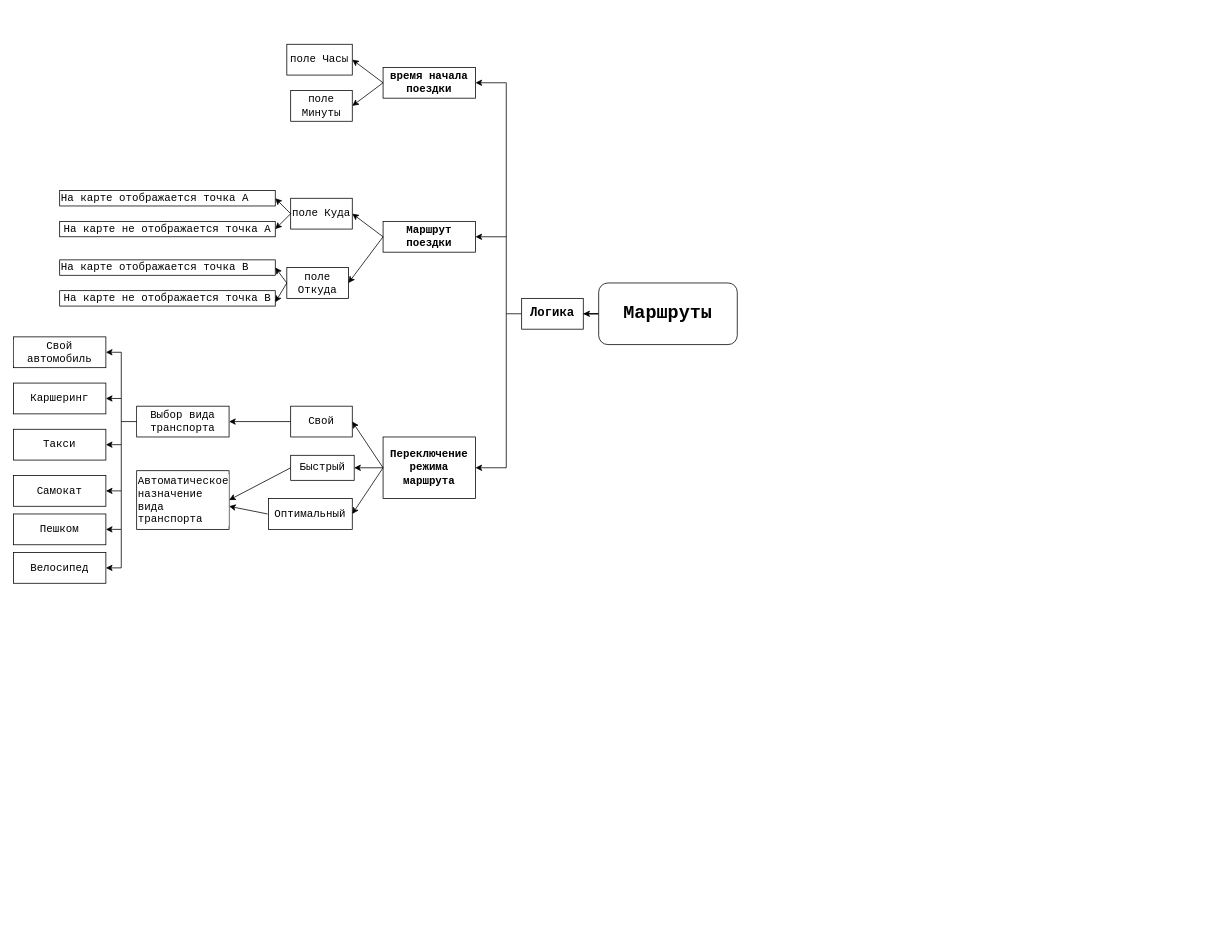
Before: sprint1.drawio in Zheleznikov/drawio, a draw.io diagram. Source tidied: cells renumbered, new cells numbered last; positions are measured from the earlier drawing's top-left corner, leaving out a move shared by most shapes. Both pictures are drawn from the tidied source at 77%, with x=0, y=0 at pixel (13, 44).
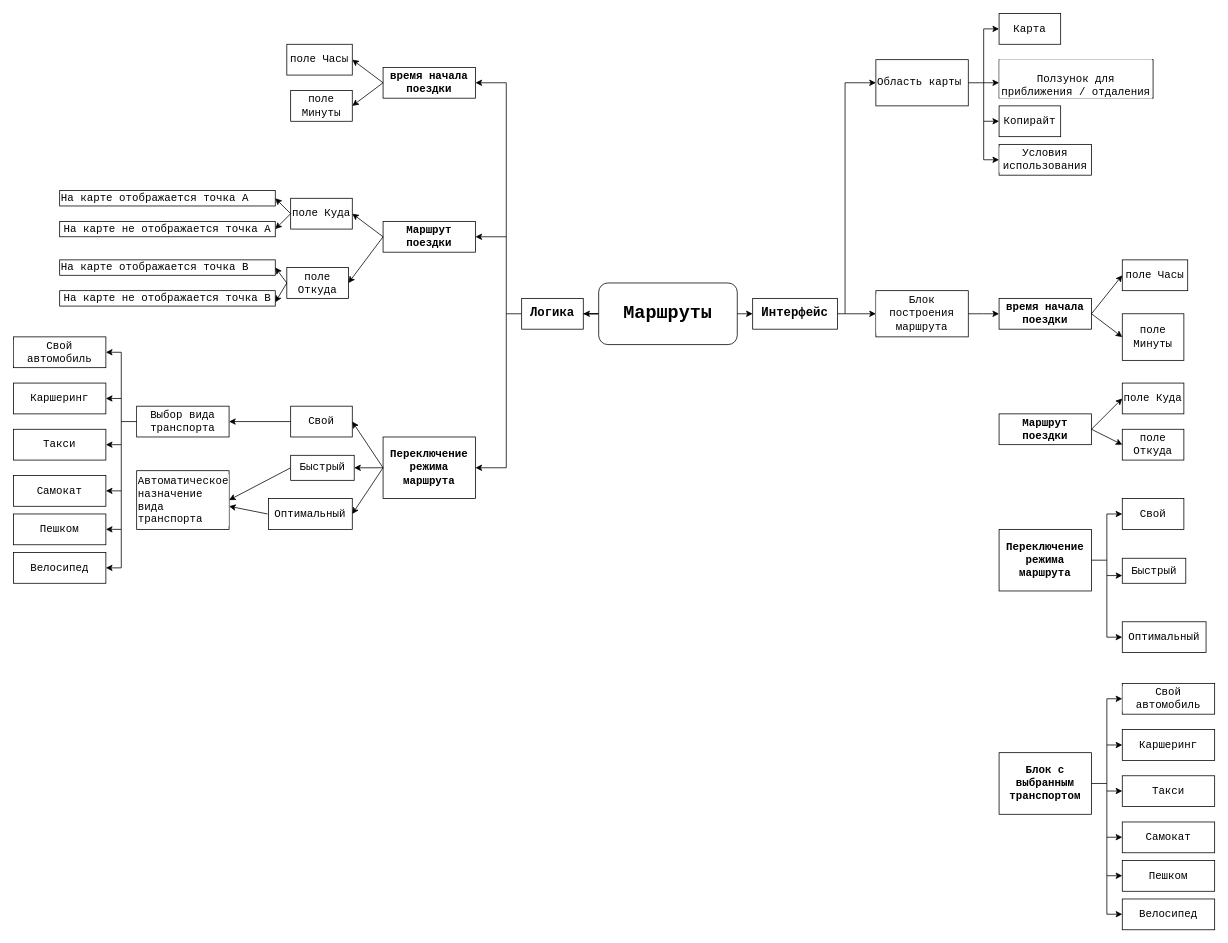
The same page after the edit.

Unchanged cells that the change refers to:
```xml
<mxCell id="3" value="&lt;font style=&quot;font-size: 24px&quot;&gt;Маршруты&lt;/font&gt;" style="rounded=1;whiteSpace=wrap;html=1;fontFamily=Courier New;fontSize=17;fontStyle=1;labelBackgroundColor=#ffffff;" parent="1" vertex="1">
  <mxGeometry x="760" y="310" width="180" height="80" as="geometry" />
</mxCell>
```

Change to the diagram source:
```diff
@@
+    <mxCell id="54" value="Интерфейс" style="rounded=0;whiteSpace=wrap;html=1;fontFamily=Courier New;fontSize=16;fontStyle=1;" parent="1" vertex="1">
+      <mxGeometry x="960" y="330" width="110" height="40" as="geometry" />
+    </mxCell>
+    <mxCell id="55" style="endArrow=classic;html=1;fontFamily=Courier New;fontSize=14;exitX=1;exitY=0.5;exitDx=0;exitDy=0;" parent="1" edge="1" source="3" target="54">
+      <mxGeometry relative="1" as="geometry" />
+    </mxCell>
+    <mxCell id="56" style="endArrow=none;html=1;fontFamily=Courier New;fontSize=14;entryX=1;entryY=0.5;entryDx=0;entryDy=0;" parent="1" edge="1" target="54">
+      <mxGeometry relative="1" as="geometry">
+        <mxPoint x="1080" y="350" as="sourcePoint" />
+      </mxGeometry>
+    </mxCell>
+    <mxCell id="57" style="endArrow=none;html=1;fontFamily=Courier New;fontSize=14;" parent="1" edge="1">
+      <mxGeometry relative="1" as="geometry">
+        <mxPoint x="1080" y="350" as="sourcePoint" />
+        <mxPoint x="1080" y="50" as="targetPoint" />
+      </mxGeometry>
+    </mxCell>
+    <mxCell id="58" value="Область карты" style="rounded=0;whiteSpace=wrap;html=1;labelBackgroundColor=#ffffff;fontFamily=Courier New;fontSize=14;align=left;" parent="1" vertex="1">
+      <mxGeometry x="1120" y="20" width="120" height="60" as="geometry" />
+    </mxCell>
+    <mxCell id="59" style="endArrow=classic;html=1;fontFamily=Courier New;fontSize=14;entryX=0;entryY=0.5;entryDx=0;entryDy=0;" parent="1" edge="1" target="58">
+      <mxGeometry relative="1" as="geometry">
+        <mxPoint x="1080" y="50" as="sourcePoint" />
+      </mxGeometry>
+    </mxCell>
+    <mxCell id="60" value="Карта" style="rounded=0;whiteSpace=wrap;html=1;labelBackgroundColor=#ffffff;fontFamily=Courier New;fontSize=14;align=center;" parent="1" vertex="1">
+      <mxGeometry x="1280" y="-40" width="80" height="40" as="geometry" />
+    </mxCell>
+    <mxCell id="61" value="&lt;br&gt;Ползунок для приближения / отдаления" style="rounded=0;whiteSpace=wrap;html=1;labelBackgroundColor=#ffffff;fontFamily=Courier New;fontSize=14;align=center;" parent="1" vertex="1">
+      <mxGeometry x="1280" y="20" width="200" height="50" as="geometry" />
+    </mxCell>
+    <mxCell id="62" value="Копирайт" style="rounded=0;whiteSpace=wrap;html=1;labelBackgroundColor=#ffffff;fontFamily=Courier New;fontSize=14;align=center;" parent="1" vertex="1">
+      <mxGeometry x="1280" y="80" width="80" height="40" as="geometry" />
+    </mxCell>
+    <mxCell id="63" value="Условия использования" style="rounded=0;whiteSpace=wrap;html=1;labelBackgroundColor=#ffffff;fontFamily=Courier New;fontSize=14;align=center;" parent="1" vertex="1">
+      <mxGeometry x="1280" y="130" width="120" height="40" as="geometry" />
+    </mxCell>
+    <mxCell id="64" style="endArrow=none;html=1;fontFamily=Courier New;fontSize=14;" parent="1" edge="1">
+      <mxGeometry relative="1" as="geometry">
+        <mxPoint x="1260" y="150" as="sourcePoint" />
+        <mxPoint x="1260" y="-20" as="targetPoint" />
+      </mxGeometry>
+    </mxCell>
+    <mxCell id="65" style="endArrow=classic;html=1;fontFamily=Courier New;fontSize=14;entryX=0;entryY=0.5;entryDx=0;entryDy=0;" parent="1" edge="1" target="63">
+      <mxGeometry relative="1" as="geometry">
+        <mxPoint x="1260" y="150" as="sourcePoint" />
+      </mxGeometry>
+    </mxCell>
+    <mxCell id="66" style="endArrow=classic;html=1;fontFamily=Courier New;fontSize=14;entryX=0;entryY=0.5;entryDx=0;entryDy=0;" parent="1" edge="1" target="62">
+      <mxGeometry relative="1" as="geometry">
+        <mxPoint x="1260" y="100" as="sourcePoint" />
+      </mxGeometry>
+    </mxCell>
+    <mxCell id="67" style="endArrow=classic;html=1;fontFamily=Courier New;fontSize=14;" parent="1" edge="1">
+      <mxGeometry relative="1" as="geometry">
+        <mxPoint x="1260" y="50" as="sourcePoint" />
+        <mxPoint x="1280" y="50" as="targetPoint" />
+      </mxGeometry>
+    </mxCell>
+    <mxCell id="68" style="endArrow=classic;html=1;fontFamily=Courier New;fontSize=14;entryX=0;entryY=0.5;entryDx=0;entryDy=0;" parent="1" edge="1" target="60">
+      <mxGeometry relative="1" as="geometry">
+        <mxPoint x="1260" y="-20" as="sourcePoint" />
+      </mxGeometry>
+    </mxCell>
+    <mxCell id="69" style="endArrow=classic;html=1;fontFamily=Courier New;fontSize=14;" parent="1" edge="1">
+      <mxGeometry relative="1" as="geometry">
+        <mxPoint x="1080" y="350" as="sourcePoint" />
+        <mxPoint x="1120" y="350" as="targetPoint" />
+      </mxGeometry>
+    </mxCell>
+    <mxCell id="70" style="endArrow=none;html=1;fontFamily=Courier New;fontSize=14;entryX=1;entryY=0.5;entryDx=0;entryDy=0;" parent="1" edge="1" target="58">
+      <mxGeometry relative="1" as="geometry">
+        <mxPoint x="1260" y="50" as="sourcePoint" />
+      </mxGeometry>
+    </mxCell>
+    <mxCell id="71" value="Блок построения маршрута" style="rounded=0;whiteSpace=wrap;html=1;labelBackgroundColor=#ffffff;fontFamily=Courier New;fontSize=14;align=center;" parent="1" vertex="1">
+      <mxGeometry x="1120" y="320" width="120" height="60" as="geometry" />
+    </mxCell>
+    <mxCell id="72" value="время начала поездки" style="rounded=0;whiteSpace=wrap;html=1;fontFamily=Courier New;fontStyle=1;fontSize=14;" parent="1" vertex="1">
+      <mxGeometry x="1280" y="330" width="120" height="40" as="geometry" />
+    </mxCell>
+    <mxCell id="73" value="поле Часы" style="rounded=0;whiteSpace=wrap;html=1;fontFamily=Courier New;fontSize=14;" parent="1" vertex="1">
+      <mxGeometry x="1440" y="280" width="85" height="40" as="geometry" />
+    </mxCell>
+    <mxCell id="74" style="edgeStyle=orthogonalEdgeStyle;rounded=0;jettySize=auto;html=1;exitX=1;exitY=0.5;exitDx=0;exitDy=0;fontFamily=Courier New;fontSize=14;" parent="1" edge="1" source="71">
+      <mxGeometry relative="1" as="geometry">
+        <mxPoint x="1280" y="350" as="targetPoint" />
+      </mxGeometry>
+    </mxCell>
+    <mxCell id="75" value="поле Минуты&lt;br style=&quot;font-size: 14px;&quot;&gt;" style="rounded=0;whiteSpace=wrap;html=1;fontFamily=Courier New;fontSize=14;" parent="1" vertex="1">
+      <mxGeometry x="1440" y="350" width="80" height="60.5" as="geometry" />
+    </mxCell>
+    <mxCell id="76" style="endArrow=classic;html=1;fontFamily=Courier New;fontSize=14;entryX=0;entryY=0.5;entryDx=0;entryDy=0;exitX=1;exitY=0.5;exitDx=0;exitDy=0;" parent="1" edge="1" source="72" target="75">
+      <mxGeometry relative="1" as="geometry" />
+    </mxCell>
+    <mxCell id="77" style="endArrow=classic;html=1;fontFamily=Courier New;fontSize=14;entryX=0;entryY=0.5;entryDx=0;entryDy=0;" parent="1" edge="1" target="73">
+      <mxGeometry relative="1" as="geometry">
+        <mxPoint x="1400" y="350" as="sourcePoint" />
+      </mxGeometry>
+    </mxCell>
+    <mxCell id="78" value="Маршрут поездки" style="rounded=0;whiteSpace=wrap;html=1;fontFamily=Courier New;fontStyle=1;fontSize=14;" parent="1" vertex="1">
+      <mxGeometry x="1280" y="480" width="120" height="40" as="geometry" />
+    </mxCell>
+    <mxCell id="79" value="поле Откуда" style="rounded=0;whiteSpace=wrap;html=1;fontFamily=Courier New;fontSize=14;" parent="1" vertex="1">
+      <mxGeometry x="1440" y="500" width="80" height="40" as="geometry" />
+    </mxCell>
+    <mxCell id="80" value="поле Куда" style="rounded=0;whiteSpace=wrap;html=1;fontFamily=Courier New;fontSize=14;" parent="1" vertex="1">
+      <mxGeometry x="1440" y="440" width="80" height="40" as="geometry" />
+    </mxCell>
+    <mxCell id="81" style="endArrow=classic;html=1;fontFamily=Courier New;fontSize=14;entryX=0;entryY=0.5;entryDx=0;entryDy=0;" parent="1" edge="1" target="80">
+      <mxGeometry relative="1" as="geometry">
+        <mxPoint x="1400" y="500" as="sourcePoint" />
+      </mxGeometry>
+    </mxCell>
+    <mxCell id="82" style="endArrow=classic;html=1;fontFamily=Courier New;fontSize=14;exitX=1;exitY=0.5;exitDx=0;exitDy=0;entryX=0;entryY=0.5;entryDx=0;entryDy=0;" parent="1" edge="1" source="78" target="79">
+      <mxGeometry relative="1" as="geometry" />
+    </mxCell>
+    <mxCell id="83" value="Переключение режима маршрута" style="rounded=0;whiteSpace=wrap;html=1;fontFamily=Courier New;fontSize=14;fontStyle=1;" parent="1" vertex="1">
+      <mxGeometry x="1280" y="630" width="120" height="80" as="geometry" />
+    </mxCell>
+    <mxCell id="84" value="Свой" style="rounded=0;whiteSpace=wrap;html=1;fontFamily=Courier New;fontSize=14;fontStyle=0;" parent="1" vertex="1">
+      <mxGeometry x="1440" y="590" width="80" height="40" as="geometry" />
+    </mxCell>
+    <mxCell id="85" value="Быстрый" style="rounded=0;whiteSpace=wrap;html=1;fontFamily=Courier New;fontSize=14;fontStyle=0;" parent="1" vertex="1">
+      <mxGeometry x="1440" y="667.5" width="82.5" height="32.5" as="geometry" />
+    </mxCell>
+    <mxCell id="86" value="Свой автомобиль" style="rounded=0;whiteSpace=wrap;html=1;labelBackgroundColor=#ffffff;fontFamily=Courier New;fontSize=14;" parent="1" vertex="1">
+      <mxGeometry x="1440" y="830" width="120" height="40" as="geometry" />
+    </mxCell>
+    <mxCell id="87" value="Каршеринг" style="rounded=0;whiteSpace=wrap;html=1;labelBackgroundColor=#ffffff;fontFamily=Courier New;fontSize=14;" parent="1" vertex="1">
+      <mxGeometry x="1440" y="890" width="120" height="40" as="geometry" />
+    </mxCell>
+    <mxCell id="88" value="Такси" style="rounded=0;whiteSpace=wrap;html=1;labelBackgroundColor=#ffffff;fontFamily=Courier New;fontSize=14;" parent="1" vertex="1">
+      <mxGeometry x="1440" y="950" width="120" height="40" as="geometry" />
+    </mxCell>
+    <mxCell id="89" value="Самокат" style="rounded=0;whiteSpace=wrap;html=1;labelBackgroundColor=#ffffff;fontFamily=Courier New;fontSize=14;" parent="1" vertex="1">
+      <mxGeometry x="1440" y="1010" width="120" height="40" as="geometry" />
+    </mxCell>
+    <mxCell id="90" value="Велосипед" style="rounded=0;whiteSpace=wrap;html=1;labelBackgroundColor=#ffffff;fontFamily=Courier New;fontSize=14;" parent="1" vertex="1">
+      <mxGeometry x="1440" y="1110" width="120" height="40" as="geometry" />
+    </mxCell>
+    <mxCell id="91" value="Пешком" style="rounded=0;whiteSpace=wrap;html=1;labelBackgroundColor=#ffffff;fontFamily=Courier New;fontSize=14;" parent="1" vertex="1">
+      <mxGeometry x="1440" y="1060" width="120" height="40" as="geometry" />
+    </mxCell>
+    <mxCell id="92" style="endArrow=none;html=1;fontFamily=Courier New;fontSize=14;" parent="1" edge="1">
+      <mxGeometry relative="1" as="geometry">
+        <mxPoint x="1420" y="1130" as="sourcePoint" />
+        <mxPoint x="1420" y="850" as="targetPoint" />
+      </mxGeometry>
+    </mxCell>
+    <mxCell id="93" style="endArrow=classic;html=1;fontFamily=Courier New;fontSize=14;entryX=0;entryY=0.5;entryDx=0;entryDy=0;" parent="1" edge="1" target="86">
+      <mxGeometry relative="1" as="geometry">
+        <mxPoint x="1420" y="850" as="sourcePoint" />
+      </mxGeometry>
+    </mxCell>
+    <mxCell id="94" style="endArrow=classic;html=1;fontFamily=Courier New;fontSize=14;entryX=0;entryY=0.5;entryDx=0;entryDy=0;" parent="1" edge="1" target="87">
+      <mxGeometry relative="1" as="geometry">
+        <mxPoint x="1420" y="910" as="sourcePoint" />
+      </mxGeometry>
+    </mxCell>
+    <mxCell id="95" style="endArrow=classic;html=1;fontFamily=Courier New;fontSize=14;entryX=0;entryY=0.5;entryDx=0;entryDy=0;" parent="1" edge="1">
+      <mxGeometry relative="1" as="geometry">
+        <mxPoint x="1420" y="969.8" as="sourcePoint" />
+        <mxPoint x="1440" y="969.8" as="targetPoint" />
+      </mxGeometry>
+    </mxCell>
+    <mxCell id="96" style="endArrow=classic;html=1;fontFamily=Courier New;fontSize=14;entryX=0;entryY=0.5;entryDx=0;entryDy=0;" parent="1" edge="1">
+      <mxGeometry relative="1" as="geometry">
+        <mxPoint x="1420" y="1029.8" as="sourcePoint" />
+        <mxPoint x="1440" y="1029.8" as="targetPoint" />
+      </mxGeometry>
+    </mxCell>
+    <mxCell id="97" style="endArrow=classic;html=1;fontFamily=Courier New;fontSize=14;entryX=0;entryY=0.5;entryDx=0;entryDy=0;" parent="1" edge="1">
+      <mxGeometry relative="1" as="geometry">
+        <mxPoint x="1420" y="1079.8" as="sourcePoint" />
+        <mxPoint x="1440" y="1079.8" as="targetPoint" />
+      </mxGeometry>
+    </mxCell>
+    <mxCell id="98" style="endArrow=classic;html=1;fontFamily=Courier New;fontSize=14;entryX=0;entryY=0.5;entryDx=0;entryDy=0;" parent="1" edge="1">
+      <mxGeometry relative="1" as="geometry">
+        <mxPoint x="1420" y="1129.8" as="sourcePoint" />
+        <mxPoint x="1440" y="1129.8" as="targetPoint" />
+      </mxGeometry>
+    </mxCell>
+    <mxCell id="99" value="Блок с выбранным транспортом" style="rounded=0;whiteSpace=wrap;html=1;fontFamily=Courier New;fontSize=14;fontStyle=1;" parent="1" vertex="1">
+      <mxGeometry x="1280" y="920" width="120" height="80" as="geometry" />
+    </mxCell>
+    <mxCell id="100" style="endArrow=none;html=1;fontFamily=Courier New;fontSize=14;" parent="1" edge="1">
+      <mxGeometry relative="1" as="geometry">
+        <mxPoint x="1400" y="960" as="sourcePoint" />
+        <mxPoint x="1420" y="960" as="targetPoint" />
+      </mxGeometry>
+    </mxCell>
+    <mxCell id="101" style="endArrow=none;html=1;fontFamily=Courier New;fontSize=14;" parent="1" edge="1">
+      <mxGeometry relative="1" as="geometry">
+        <mxPoint x="1420" y="770" as="sourcePoint" />
+        <mxPoint x="1420" y="610" as="targetPoint" />
+      </mxGeometry>
+    </mxCell>
+    <mxCell id="102" style="endArrow=none;html=1;fontFamily=Courier New;fontSize=14;" parent="1" edge="1">
+      <mxGeometry relative="1" as="geometry">
+        <mxPoint x="1420" y="670" as="sourcePoint" />
+        <mxPoint x="1400" y="670" as="targetPoint" />
+      </mxGeometry>
+    </mxCell>
+    <mxCell id="103" style="endArrow=classic;html=1;fontFamily=Courier New;fontSize=14;entryX=0;entryY=0.5;entryDx=0;entryDy=0;" parent="1" edge="1" target="105">
+      <mxGeometry relative="1" as="geometry">
+        <mxPoint x="1420" y="770" as="sourcePoint" />
+      </mxGeometry>
+    </mxCell>
+    <mxCell id="104" style="endArrow=classic;html=1;fontFamily=Courier New;fontSize=14;entryX=0;entryY=0.5;entryDx=0;entryDy=0;" parent="1" edge="1" source="105">
+      <mxGeometry relative="1" as="geometry">
+        <mxPoint x="1450" y="780" as="targetPoint" />
+      </mxGeometry>
+    </mxCell>
+    <mxCell id="105" value="Оптимальный" style="rounded=0;whiteSpace=wrap;html=1;fontFamily=Courier New;fontSize=14;fontStyle=0;" parent="1" vertex="1">
+      <mxGeometry x="1440" y="750" width="108.8" height="40" as="geometry" />
+    </mxCell>
+    <mxCell id="106" style="endArrow=classic;html=1;fontFamily=Courier New;fontSize=14;" parent="1" edge="1">
+      <mxGeometry relative="1" as="geometry">
+        <mxPoint x="1420" y="690" as="sourcePoint" />
+        <mxPoint x="1440" y="690" as="targetPoint" />
+      </mxGeometry>
+    </mxCell>
+    <mxCell id="107" style="endArrow=classic;html=1;fontFamily=Courier New;fontSize=14;entryX=0;entryY=0.5;entryDx=0;entryDy=0;" parent="1" edge="1" target="84">
+      <mxGeometry relative="1" as="geometry">
+        <mxPoint x="1420" y="610" as="sourcePoint" />
+      </mxGeometry>
+    </mxCell>
```
